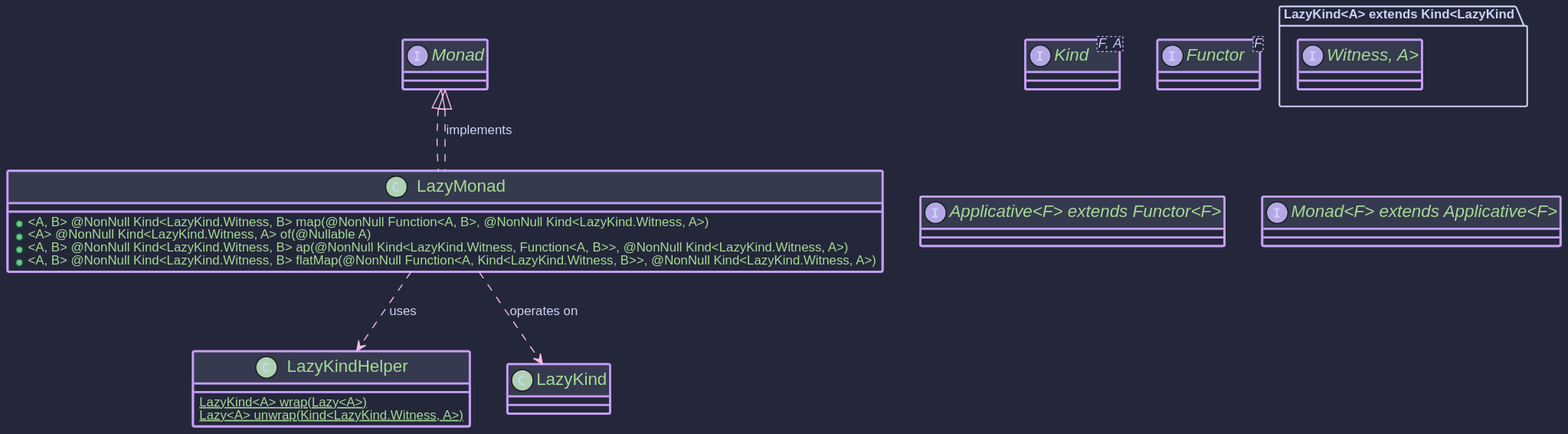
Earlier version of the PlantUML export hkj-book/src/images/puml/lazy_monad.svg (higher-kinded-j/higher-kinded-j).
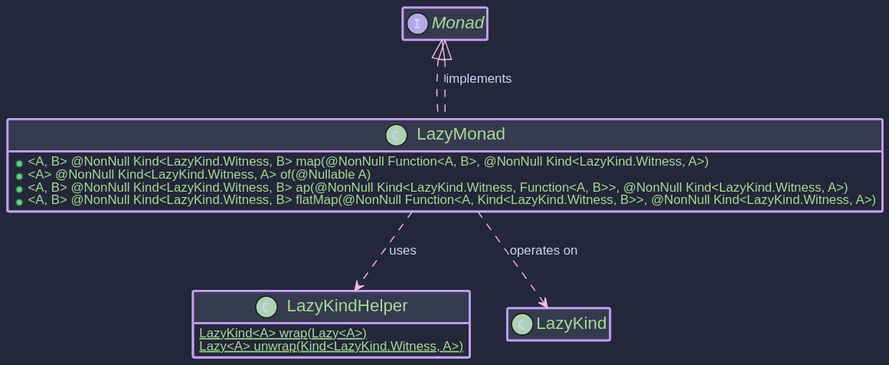
After the change.

Diff of the diagram source:
```diff
@@ -1,10 +1,8 @@
 @startuml
 !include https://raw.githubusercontent.com/ncosta-ic/catppuccin-macchiato-plantuml-theme/main/theme.puml
-interface Kind<F, A>
-interface "LazyKind<A> extends Kind<LazyKind.Witness, A>"
-interface Functor<F>
-interface "Applicative<F> extends Functor<F>"
-interface "Monad<F> extends Applicative<F>"
+hide empty members
+
+
 
 class LazyKindHelper {
  {static} LazyKind<A> wrap(Lazy<A>)
```
